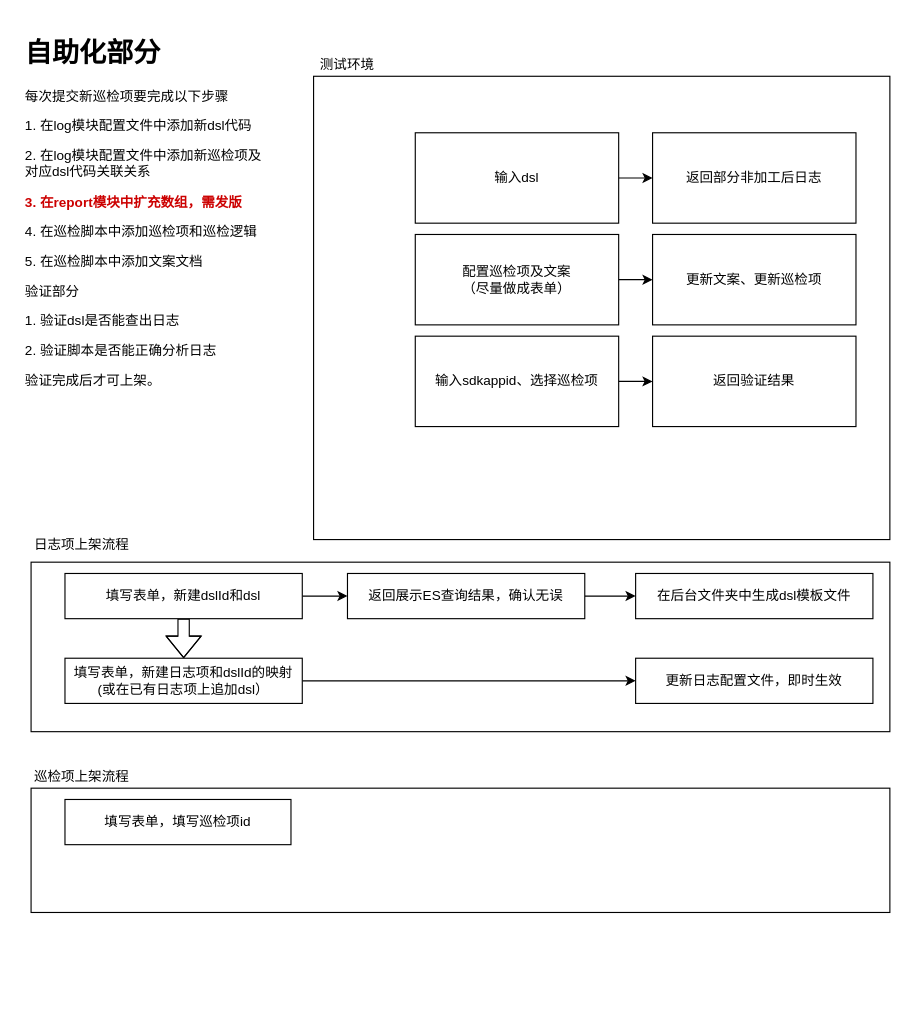
The draw.io diagram img/123.drawio in Readercyc/demo, before the edit. Source tidied: cells renumbered, new cells numbered last; positions are measured from the earlier drawing's top-left corner, leaving out a move shared by most shapes. Both pictures are drawn from the tidied source at 113%, with x=0, y=0 at pixel (19, 31).
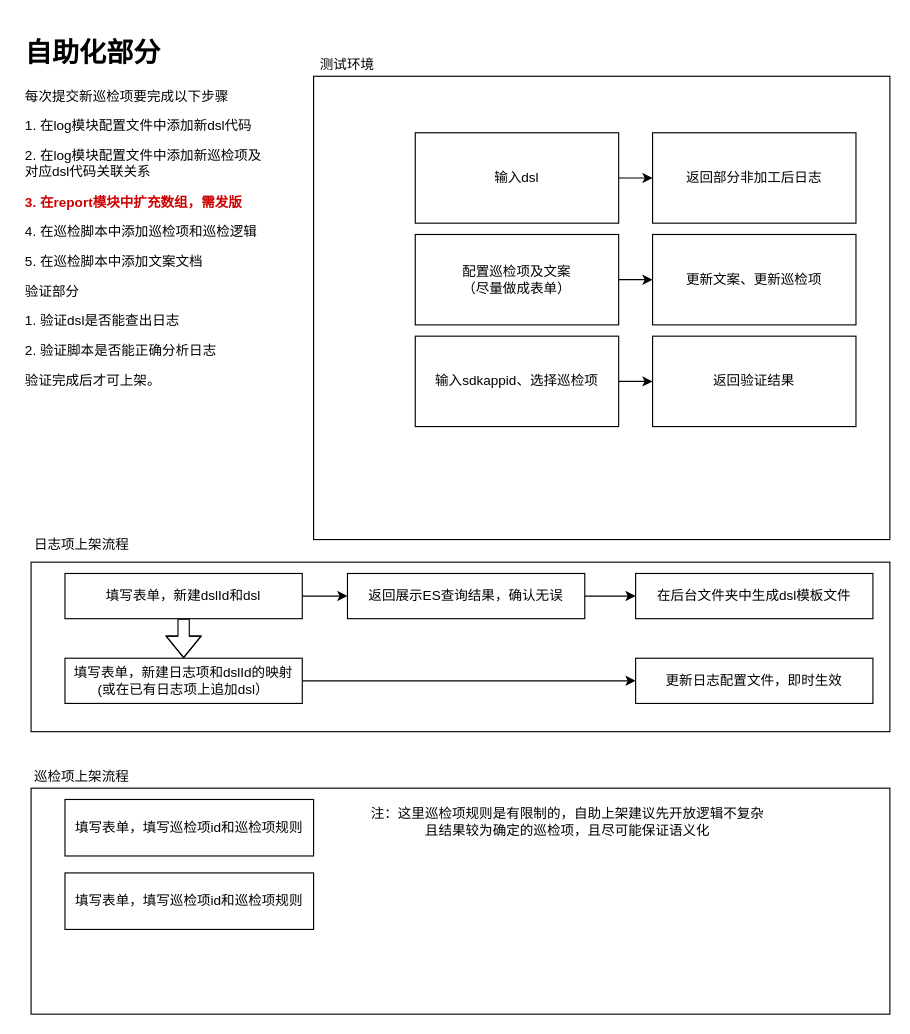
Above is the later version.

The edit, as a diff of the source:
```diff
@@
     <mxCell id="25" style="rounded=0;whiteSpace=wrap;html=1;" parent="1" vertex="1">
-      <mxGeometry x="10" y="670" width="760" height="110" as="geometry" />
+      <mxGeometry x="10" y="670" width="760" height="200" as="geometry" />
     </mxCell>
@@
-    <mxCell id="27" value="填写表单，填写巡检项id" style="rounded=0;whiteSpace=wrap;html=1;" parent="1" vertex="1">
-      <mxGeometry x="40" y="680" width="200" height="40" as="geometry" />
+    <mxCell id="27" value="填写表单，填写巡检项id和巡检项规则" style="rounded=0;whiteSpace=wrap;html=1;" parent="1" vertex="1">
+      <mxGeometry x="40" y="680" width="220" height="50" as="geometry" />
     </mxCell>
+    <mxCell id="28" value="注：这里巡检项规则是有限制的，自助上架建议先开放逻辑不复杂且结果较为确定的巡检项，且尽可能保证语义化" style="text;html=1;strokeColor=none;fillColor=none;align=center;verticalAlign=middle;whiteSpace=wrap;rounded=0;" parent="1" vertex="1">
+      <mxGeometry x="310" y="685" width="350" height="30" as="geometry" />
+    </mxCell>
+    <mxCell id="29" value="填写表单，填写巡检项id和巡检项规则" style="rounded=0;whiteSpace=wrap;html=1;" parent="1" vertex="1">
+      <mxGeometry x="40" y="745" width="220" height="50" as="geometry" />
+    </mxCell>
```
